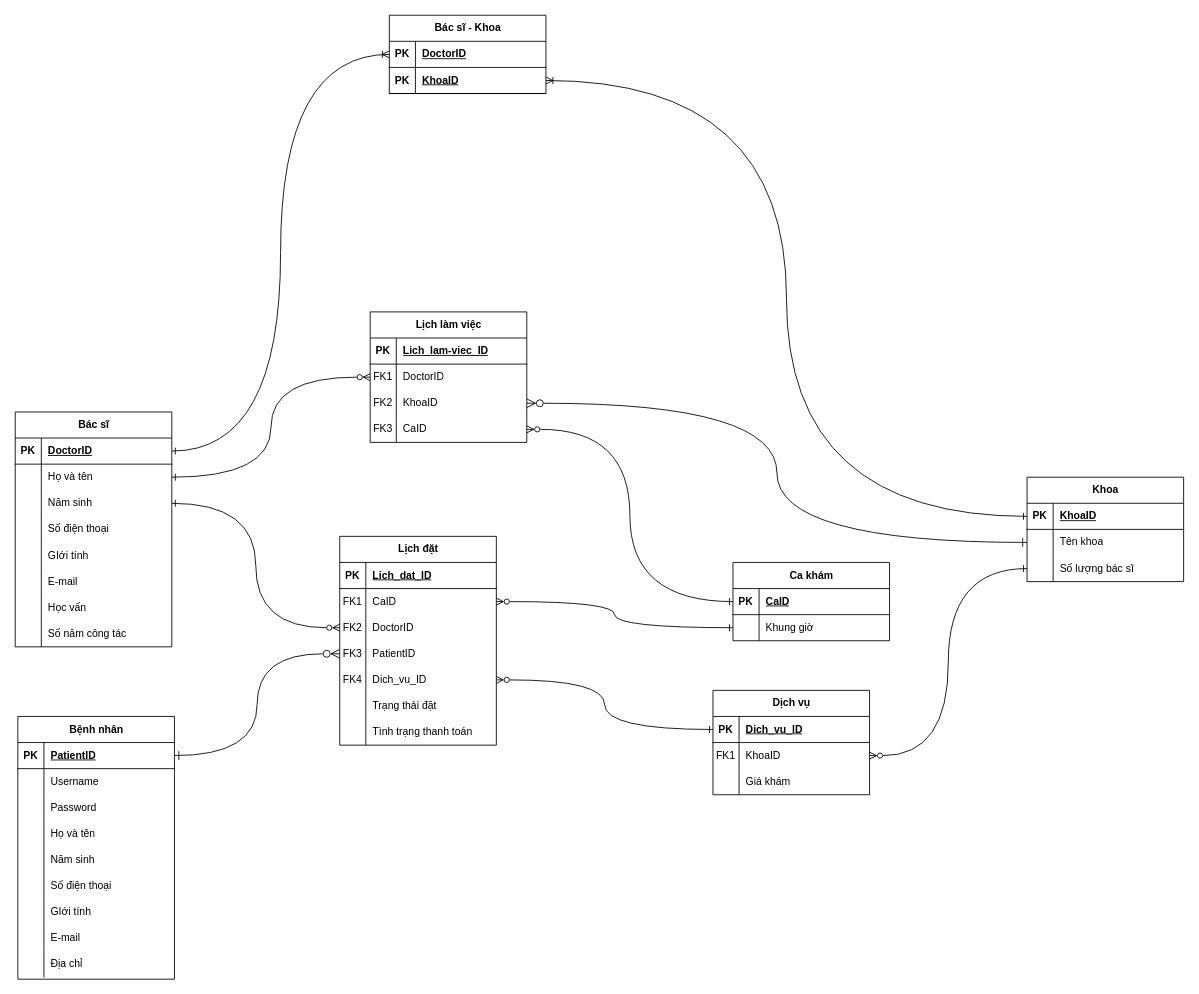
This is Biểu đồ không có tiêu đề.drawio from ktoan911/Medical_scheduling_Web, a draw.io file, before an edit. Source tidied: cells renumbered, new cells numbered last; positions are measured from the earlier drawing's top-left corner, leaving out a move shared by most shapes. Both pictures are drawn from the tidied source at 87%, with x=0, y=0 at pixel (15, 15).
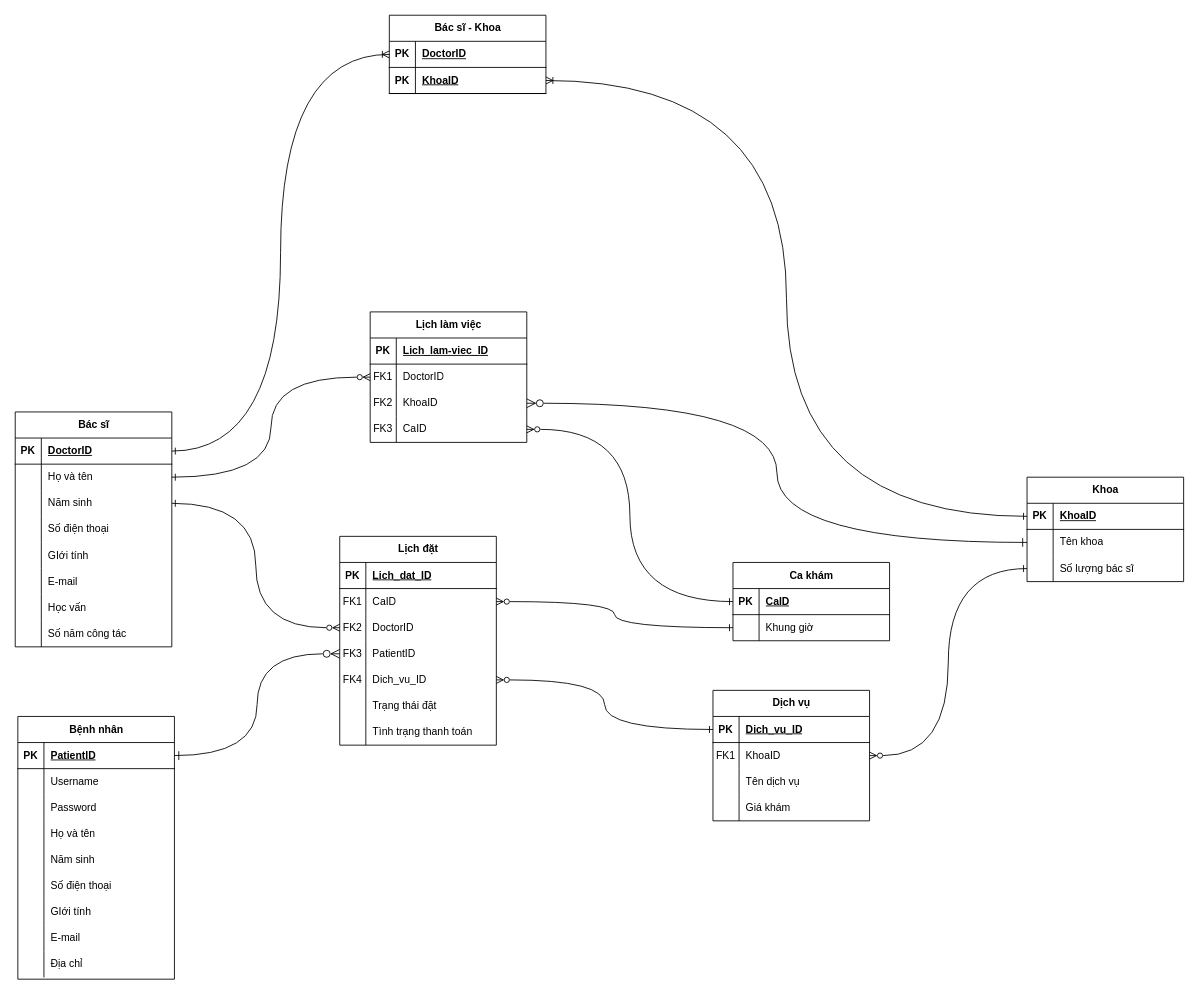
The same diagram, later.

Commit message:
Cập nhật Biểu đồ không có tiêu đề.drawio

Unchanged cells that the change refers to:
```xml
<mxCell id="104" style="shape=tableRow;horizontal=0;startSize=0;swimlaneHead=0;swimlaneBody=0;fillColor=none;top=0;left=0;right=0;bottom=0;" parent="97" vertex="1">
  <mxGeometry y="90" width="180" height="30" as="geometry" />
</mxCell>
```

What changed in the source:
```diff
@@
     <mxCell id="97" value="Dịch vụ" style="shape=table;startSize=30;childLayout=tableLayout;rowLines=0;fontStyle=1;align=center;html=1;" parent="1" vertex="1">
-      <mxGeometry x="802" y="776" width="180" height="120" as="geometry" />
+      <mxGeometry x="802" y="776" width="180" height="150" as="geometry" />
     </mxCell>
@@
-    <mxCell id="106" value="Giá khám" style="shape=partialRectangle;fillColor=none;top=0;left=0;bottom=0;right=0;align=left;spacingLeft=6;overflow=hidden;whiteSpace=wrap;html=1;" parent="104" vertex="1">
+    <mxCell id="106" value="Tên dịch vụ" style="shape=partialRectangle;fillColor=none;top=0;left=0;bottom=0;right=0;align=left;spacingLeft=6;overflow=hidden;whiteSpace=wrap;html=1;" parent="104" vertex="1">
       <mxGeometry x="30" width="150" height="30" as="geometry" />
     </mxCell>
+    <mxCell id="134" style="shape=tableRow;horizontal=0;startSize=0;swimlaneHead=0;swimlaneBody=0;fillColor=none;top=0;left=0;right=0;bottom=0;" parent="97" vertex="1">
+      <mxGeometry y="120" width="180" height="30" as="geometry" />
+    </mxCell>
+    <mxCell id="135" style="shape=partialRectangle;fillColor=none;top=0;left=0;bottom=0;right=0;overflow=hidden;whiteSpace=wrap;html=1;" parent="134" vertex="1">
+      <mxGeometry width="30" height="30" as="geometry" />
+    </mxCell>
+    <mxCell id="136" value="Giá khám" style="shape=partialRectangle;fillColor=none;top=0;left=0;bottom=0;right=0;align=left;spacingLeft=6;overflow=hidden;whiteSpace=wrap;html=1;" parent="134" vertex="1">
+      <mxGeometry x="30" width="150" height="30" as="geometry" />
+    </mxCell>
```
